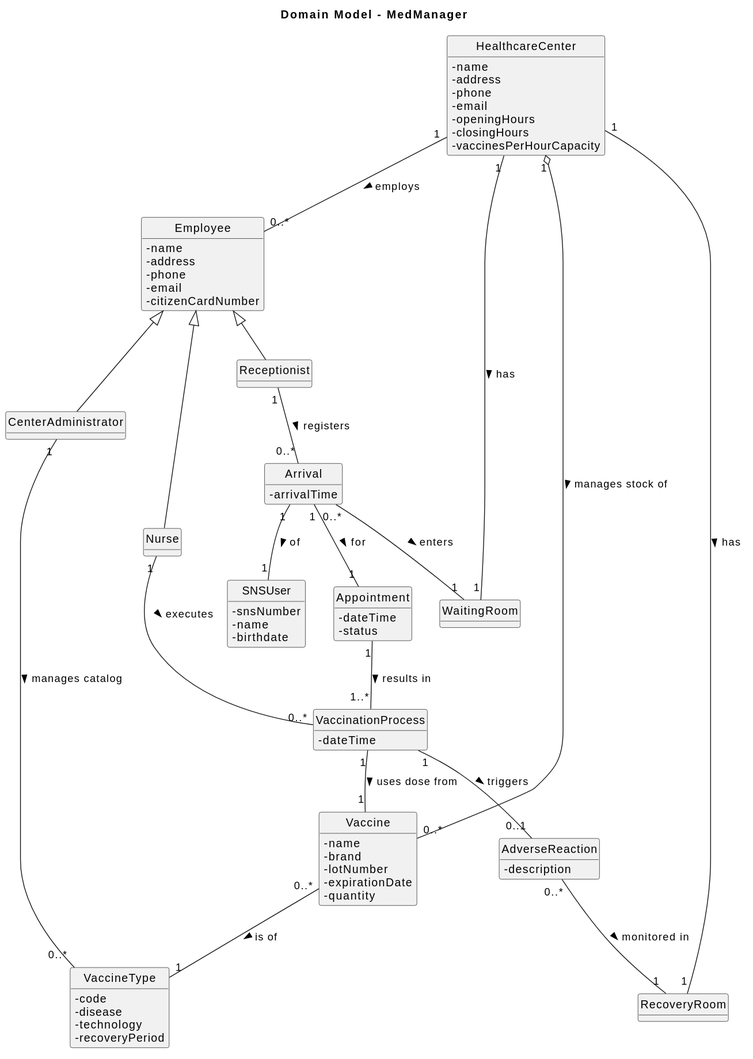
Andre-1240567/fsoft2026_1DD_1 keeps this PlantUML diagram as Documentation/global-artifacts/svg/DM.svg. Above is the earlier version.
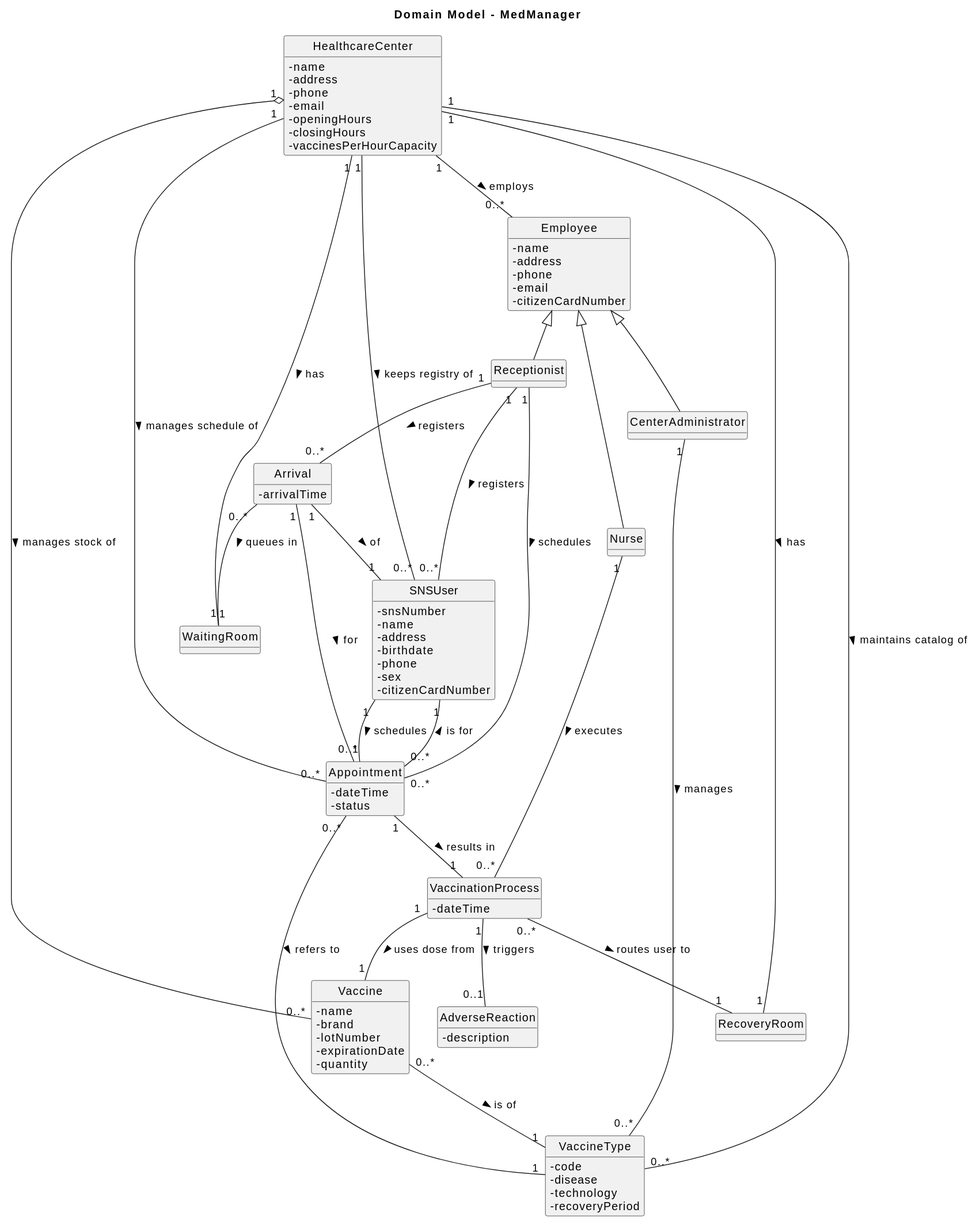
Later version of the same file.

Diff of the diagram source:
```diff
@@ -33,7 +33,11 @@
 class SNSUser {
     - snsNumber
     - name
+    - address
     - birthdate
+    - phone
+    - sex
+    - citizenCardNumber
 }
 
 class Appointment {
@@ -68,25 +72,34 @@
     - recoveryPeriod
 }
 
-
 HealthcareCenter "1" -- "1" WaitingRoom : has >
 HealthcareCenter "1" -- "1" RecoveryRoom : has >
 HealthcareCenter "1" -- "0..*" Employee : employs >
 HealthcareCenter "1" o-- "0..*" Vaccine : manages stock of >
+HealthcareCenter "1" -- "0..*" VaccineType : maintains catalog of >
+HealthcareCenter "1" -- "0..*" SNSUser : keeps registry of >
+HealthcareCenter "1" -- "0..*" Appointment : manages schedule of >
 
-CenterAdministrator "1" -- "0..*" VaccineType : manages catalog >
+CenterAdministrator "1" -- "0..*" VaccineType : manages >
+
+Receptionist "1" -- "0..*" SNSUser : registers >
+Receptionist "1" -- "0..*" Appointment : schedules >
+SNSUser "1" -- "0..*" Appointment : schedules >
+
+Appointment "0..*" -- "1" SNSUser : is for >
+Appointment "0..*" -- "1" VaccineType : refers to >
 
 Receptionist "1" -- "0..*" Arrival : registers >
-Arrival "0..*" -- "1" WaitingRoom : enters >
 Arrival "1" -- "1" SNSUser : of >
 Arrival "1" -- "1" Appointment : for >
+Arrival "0..*" -- "1" WaitingRoom : queues in >
 
 Nurse "1" -- "0..*" VaccinationProcess : executes >
-Appointment "1" -- "1..*" VaccinationProcess : results in >
+Appointment "1" -- "1" VaccinationProcess : results in >
 VaccinationProcess "1" -- "1" Vaccine : uses dose from >
 
 VaccinationProcess "1" -- "0..1" AdverseReaction : triggers >
-AdverseReaction "0..*" -- "1" RecoveryRoom : monitored in >
+VaccinationProcess "0..*" -- "1" RecoveryRoom : routes user to >
 
 Vaccine "0..*" -- "1" VaccineType : is of >
 @enduml
```
